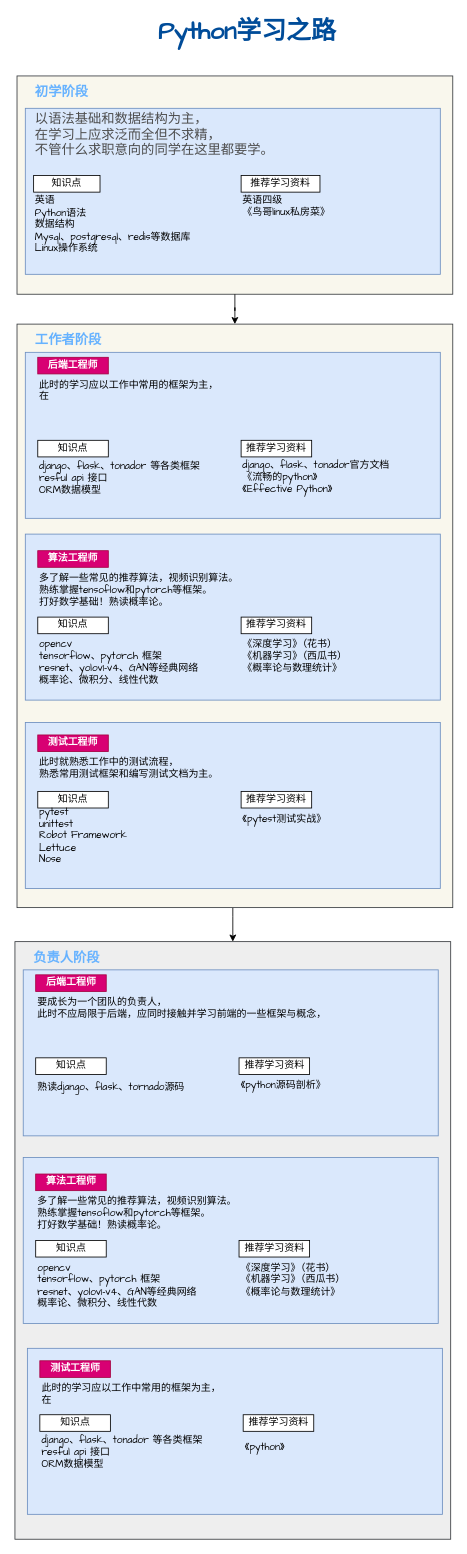
Earlier version of the draw.io diagram Untitled Diagram.drawio (lalawila/chaorencode). Source tidied: cells renumbered, new cells numbered last; positions are measured from the earlier drawing's top-left corner, leaving out a move shared by most shapes. Both pictures are drawn from the tidied source at 83%, with x=0, y=0 at pixel (15, 22).
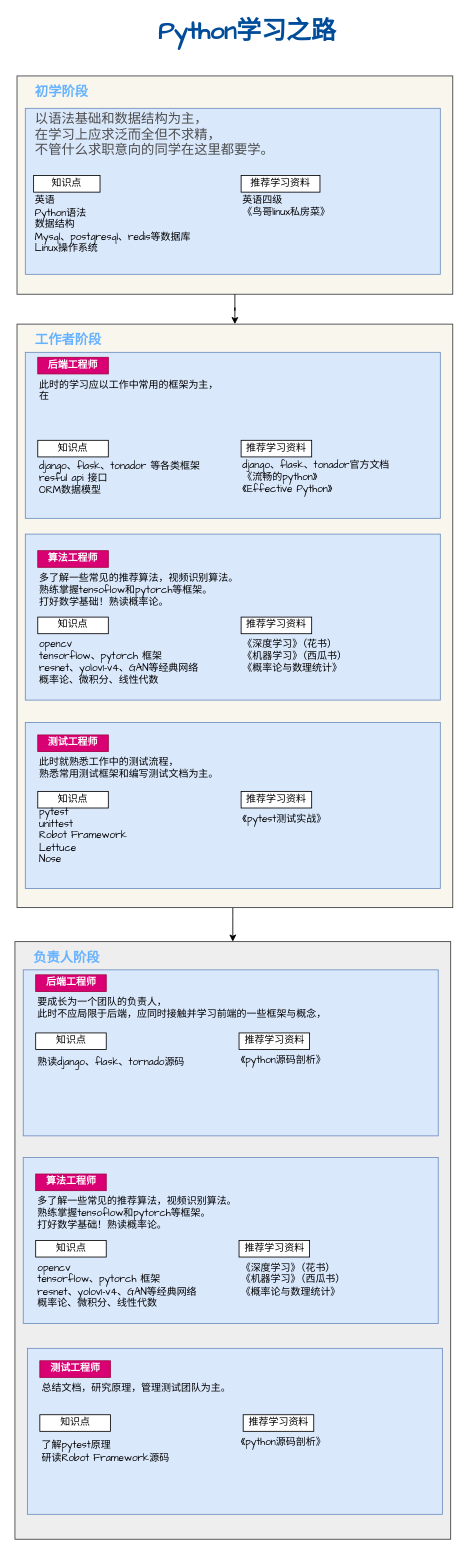
After the change.

Change to the diagram source:
```diff
@@
     <mxCell id="41" value="推荐学习资料" style="rounded=0;whiteSpace=wrap;html=1;fontFamily=Comic Sans MS;" parent="1" vertex="1">
-      <mxGeometry x="269.5" y="1247" width="85" height="20" as="geometry" />
+      <mxGeometry x="269.5" y="1217" width="85" height="20" as="geometry" />
     </mxCell>
@@
     <mxCell id="43" value="知识点" style="rounded=0;whiteSpace=wrap;html=1;fontFamily=Comic Sans MS;" parent="1" vertex="1">
-      <mxGeometry x="24.5" y="1247" width="85" height="20" as="geometry" />
+      <mxGeometry x="24.5" y="1217" width="85" height="20" as="geometry" />
     </mxCell>
@@
     <mxCell id="45" value="&lt;p style=&quot;line-height: 120%&quot;&gt;熟读django、flask、tornado源码&lt;/p&gt;&lt;p style=&quot;line-height: 120%&quot;&gt; &lt;br&gt;&lt;br&gt;&lt;br&gt;&lt;br&gt;&lt;br&gt;&lt;/p&gt;" style="text;strokeColor=none;fillColor=none;align=left;verticalAlign=top;whiteSpace=wrap;rounded=0;&#10;lineHeight=20px;labelBorderColor=none;html=1;fontFamily=Comic Sans MS;" parent="1" vertex="1">
-      <mxGeometry x="24.5" y="1257" width="235" height="90" as="geometry" />
+      <mxGeometry x="24.5" y="1227" width="235" height="90" as="geometry" />
     </mxCell>
@@
-    <mxCell id="55" value="&lt;div&gt;此时的学习应以工作中常用的框架为主，&lt;/div&gt;&lt;div&gt;在&lt;br&gt;&lt;/div&gt;" style="text;html=1;strokeColor=none;fillColor=none;align=left;verticalAlign=top;whiteSpace=wrap;rounded=0;fontFamily=Comic Sans MS;" parent="1" vertex="1">
+    <mxCell id="55" value="总结文档，研究原理，管理测试团队为主。" style="text;html=1;strokeColor=none;fillColor=none;align=left;verticalAlign=top;whiteSpace=wrap;rounded=0;fontFamily=Comic Sans MS;" parent="1" vertex="1">
       <mxGeometry x="29.5" y="1632" width="375" height="60" as="geometry" />
     </mxCell>
-    <mxCell id="56" value="&lt;p style=&quot;line-height: 120%&quot;&gt;django、flask、tonador 等各类框架&lt;br&gt;resful api 接口&lt;br&gt;ORM数据模型&lt;br&gt;&lt;br&gt;&lt;br&gt;&lt;br&gt;&lt;br&gt;&lt;/p&gt;" style="text;strokeColor=none;fillColor=none;align=left;verticalAlign=middle;whiteSpace=wrap;rounded=0;&#10;lineHeight=20px;labelBorderColor=none;html=1;fontFamily=Comic Sans MS;" parent="1" vertex="1">
-      <mxGeometry x="29.5" y="1697" width="235" height="110" as="geometry" />
+    <mxCell id="56" value="&lt;div&gt;了解pytest原理&lt;/div&gt;&lt;div&gt;研读Robot Framework源码&lt;/div&gt;" style="text;strokeColor=none;fillColor=none;align=left;verticalAlign=middle;whiteSpace=wrap;rounded=0;&#10;lineHeight=20px;labelBorderColor=none;html=1;fontFamily=Comic Sans MS;" parent="1" vertex="1">
+      <mxGeometry x="29.5" y="1697" width="235" height="50" as="geometry" />
     </mxCell>
-    <mxCell id="57" value="《python》" style="text;strokeColor=none;fillColor=none;align=left;verticalAlign=middle;whiteSpace=wrap;rounded=0;&#10;lineHeight=20px;labelBorderColor=none;html=1;fontFamily=Comic Sans MS;" parent="1" vertex="1">
-      <mxGeometry x="274.5" y="1692" width="235" height="50" as="geometry" />
-    </mxCell>
     <mxCell id="58" value="《python源码剖析》" style="text;strokeColor=none;fillColor=none;align=left;verticalAlign=top;whiteSpace=wrap;rounded=0;&#10;lineHeight=20px;labelBorderColor=none;html=1;fontFamily=Comic Sans MS;" parent="1" vertex="1">
-      <mxGeometry x="269.5" y="1267" width="235" height="50" as="geometry" />
+      <mxGeometry x="269.5" y="1237" width="235" height="50" as="geometry" />
     </mxCell>
+    <mxCell id="59" value="《python源码剖析》" style="text;strokeColor=none;fillColor=none;align=left;verticalAlign=top;whiteSpace=wrap;rounded=0;&#10;lineHeight=20px;labelBorderColor=none;html=1;fontFamily=Comic Sans MS;" parent="1" vertex="1">
+      <mxGeometry x="269.5" y="1697" width="235" height="50" as="geometry" />
+    </mxCell>
```
